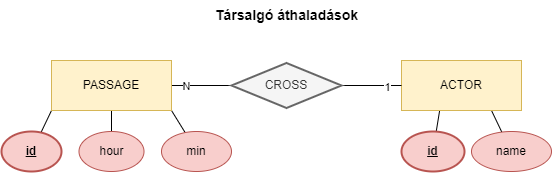
WittmanBence/14A-C-Tarsalgo-Backend keeps this draw.io diagram as Others/Tarsalgo.png. Above is the earlier version. Source tidied: cells renumbered, new cells last; positions are measured from the earlier drawing's top-left corner, leaving out a move shared by most shapes.
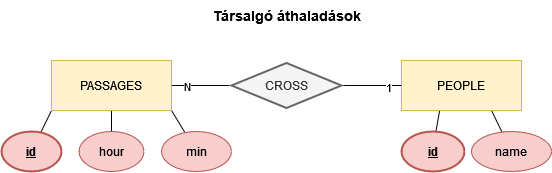
After the commit.

Diff of the diagram source:
```diff
@@ -17,7 +17,7 @@
     <mxCell id="6" value="N" style="edgeLabel;html=1;align=center;verticalAlign=middle;" parent="5" vertex="1">
       <mxGeometry x="-0.51" relative="1" as="geometry" />
     </mxCell>
-    <mxCell id="7" value="PASSAGE" style="rounded=0;whiteSpace=wrap;html=1;fillColor=#fff2cc;strokeColor=#d6b656;" parent="1" vertex="1">
+    <mxCell id="7" value="PASSAGES" style="rounded=0;whiteSpace=wrap;html=1;fillColor=#fff2cc;strokeColor=#d6b656;" parent="1" vertex="1">
       <mxGeometry x="50" y="60" width="120" height="50" as="geometry" />
     </mxCell>
     <mxCell id="8" style="edgeStyle=none;rounded=0;jettySize=auto;html=1;exitX=0.75;exitY=1;exitDx=0;exitDy=0;endArrow=none;endFill=0;" parent="1" edge="1" source="10" target="17">
@@ -26,7 +26,7 @@
     <mxCell id="9" style="edgeStyle=none;rounded=0;jettySize=auto;html=1;endArrow=none;endFill=0;exitX=0.319;exitY=0.984;exitDx=0;exitDy=0;exitPerimeter=0;" parent="1" edge="1" source="10" target="18">
       <mxGeometry relative="1" as="geometry" />
     </mxCell>
-    <mxCell id="10" value="ACTOR" style="rounded=0;whiteSpace=wrap;html=1;fillColor=#fff2cc;strokeColor=#d6b656;" parent="1" vertex="1">
+    <mxCell id="10" value="PEOPLE" style="rounded=0;whiteSpace=wrap;html=1;fillColor=#fff2cc;strokeColor=#d6b656;" parent="1" vertex="1">
       <mxGeometry x="400" y="60" width="120" height="50" as="geometry" />
     </mxCell>
     <mxCell id="11" value="hour" style="ellipse;whiteSpace=wrap;html=1;fillColor=#f8cecc;strokeColor=#b85450;" parent="1" vertex="1">
```
